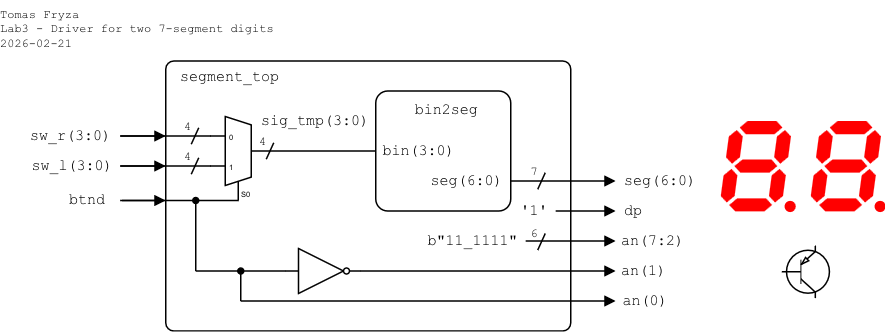
tomas-fryza/vhdl-examples keeps this draw.io diagram as lab3-segment/images/top-level_2-digit.png. Above is the earlier version. Source tidied: cells renumbered, new cells last; positions are measured from the earlier drawing's top-left corner, leaving out a move shared by most shapes.
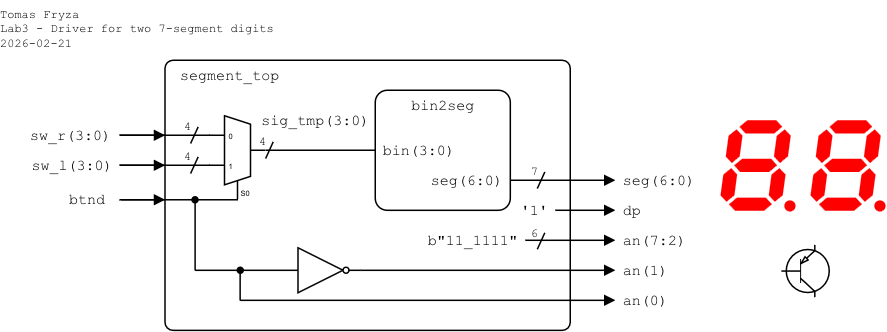
Later version of the same file.

The edit, as a diff of the source:
```diff
@@ -33,7 +33,7 @@
       <mxGeometry x="280" y="150" width="69.6" height="20" as="geometry" />
     </mxCell>
     <mxCell id="9" value="an(7:2)" style="text;html=1;align=left;verticalAlign=middle;whiteSpace=wrap;rounded=0;fontFamily=Courier New;fontSize=10;fillOpacity=100;spacing=0;spacingLeft=5;" parent="1" vertex="1">
-      <mxGeometry x="408.6" y="150" width="51.4" height="20" as="geometry" />
+      <mxGeometry x="410" y="150" width="51.4" height="20" as="geometry" />
     </mxCell>
     <mxCell id="10" style="verticalLabelPosition=bottom;shadow=0;dashed=0;align=center;html=1;verticalAlign=top;shape=mxgraph.electrical.opto_electronics.7_segment_display_with_dp;fillColor=#FF0000;strokeColor=none;" parent="1" vertex="1">
       <mxGeometry x="480" y="80" width="50" height="60.8" as="geometry" />
@@ -96,7 +96,7 @@
       </mxGeometry>
     </mxCell>
     <mxCell id="23" value="an(1)" style="text;html=1;align=left;verticalAlign=middle;whiteSpace=wrap;rounded=0;fontFamily=Courier New;fontSize=10;fillOpacity=100;spacing=0;spacingLeft=5;" parent="1" vertex="1">
-      <mxGeometry x="408.6" y="170" width="41.4" height="20" as="geometry" />
+      <mxGeometry x="410" y="170" width="41.4" height="20" as="geometry" />
     </mxCell>
     <mxCell id="24" style="endArrow=none;html=1;rounded=0;endFill=0;endSize=5;startSize=5;" parent="1" edge="1">
       <mxGeometry relative="1" as="geometry">
@@ -111,7 +111,7 @@
       </mxGeometry>
     </mxCell>
     <mxCell id="26" value="an(0)" style="text;html=1;align=left;verticalAlign=middle;whiteSpace=wrap;rounded=0;fontFamily=Courier New;fontSize=10;fillOpacity=100;spacing=0;spacingLeft=5;" parent="1" vertex="1">
-      <mxGeometry x="409.6" y="190" width="40.4" height="20" as="geometry" />
+      <mxGeometry x="410" y="190" width="40.4" height="20" as="geometry" />
     </mxCell>
     <mxCell id="27" style="endArrow=none;html=1;rounded=0;startArrow=oval;startFill=1;endSize=4;startSize=4;" parent="1" edge="1">
       <mxGeometry relative="1" as="geometry">
@@ -119,7 +119,7 @@
         <mxPoint x="160" y="200" as="targetPoint" />
       </mxGeometry>
     </mxCell>
-    <mxCell id="28" value="bin2seg" style="rounded=1;arcSize=10;align=center;verticalAlign=top;fontFamily=Courier New;absoluteArcSize=0;fillColor=none;fixDash=0;fontSize=10;spacingLeft=5;labelBorderColor=none;spacingTop=0;spacing=2;labelBackgroundColor=none;whiteSpace=wrap;html=1;strokeWidth=1;shadow=0;glass=0;" parent="1" vertex="1">
+    <mxCell id="28" value="bin2seg" style="rounded=1;arcSize=10;align=center;verticalAlign=top;fontFamily=Courier New;absoluteArcSize=0;fillColor=none;fixDash=0;fontSize=10;spacingLeft=0;labelBorderColor=none;spacingTop=0;spacing=0;labelBackgroundColor=none;whiteSpace=wrap;html=1;strokeWidth=1;shadow=0;glass=0;" parent="1" vertex="1">
       <mxGeometry x="250" y="60" width="90" height="80" as="geometry" />
     </mxCell>
     <mxCell id="29" value="&lt;div style=&quot;line-height: 100%;&quot; align=&quot;left&quot;&gt;bin(3:0)&lt;/div&gt;" style="text;html=1;align=left;verticalAlign=middle;whiteSpace=wrap;rounded=0;fontFamily=Courier New;fontSize=10;fillOpacity=100;spacingLeft=5;spacing=0;" parent="1" vertex="1">
@@ -135,7 +135,7 @@
       </mxGeometry>
     </mxCell>
     <mxCell id="32" value="seg(6:0)" style="text;html=1;align=left;verticalAlign=middle;whiteSpace=wrap;rounded=0;fontFamily=Courier New;fontSize=10;fillOpacity=100;spacing=0;spacingLeft=5;" parent="1" vertex="1">
-      <mxGeometry x="411" y="110" width="60" height="20" as="geometry" />
+      <mxGeometry x="410" y="110" width="60" height="20" as="geometry" />
     </mxCell>
     <mxCell id="33" style="endArrow=block;html=1;rounded=0;endFill=1;orthogonal=1;endSize=5;startSize=5;" parent="1" edge="1">
       <mxGeometry relative="1" as="geometry">
@@ -144,7 +144,7 @@
       </mxGeometry>
     </mxCell>
     <mxCell id="34" value="dp" style="text;html=1;align=left;verticalAlign=middle;whiteSpace=wrap;rounded=0;fontFamily=Courier New;fontSize=10;fillOpacity=100;spacing=0;spacingLeft=5;" parent="1" vertex="1">
-      <mxGeometry x="411" y="130" width="20" height="20" as="geometry" />
+      <mxGeometry x="410" y="130" width="20" height="20" as="geometry" />
     </mxCell>
     <mxCell id="35" value="'1'" style="text;html=1;align=right;verticalAlign=middle;whiteSpace=wrap;rounded=0;fontFamily=Courier New;fontSize=10;fillOpacity=100;spacing=0;spacingLeft=0;spacingRight=5;" parent="1" vertex="1">
       <mxGeometry x="340" y="130" width="30" height="20" as="geometry" />
```
